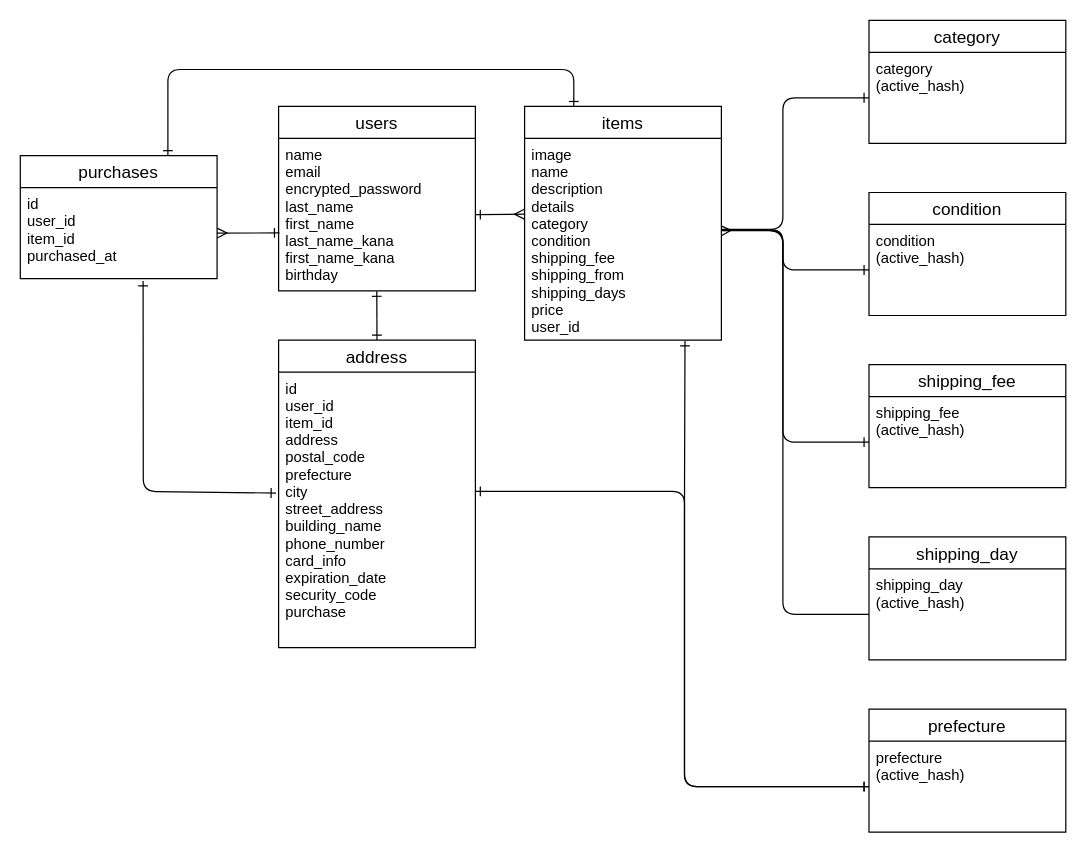
sakimomo/furima-39901 keeps this draw.io diagram as test.dio. Above is the earlier version. Source tidied: cells renumbered, new cells numbered last; positions are measured from the earlier drawing's top-left corner, leaving out a move shared by most shapes. Both pictures are drawn from the tidied source at 123%, with x=0, y=0 at pixel (20, 20).
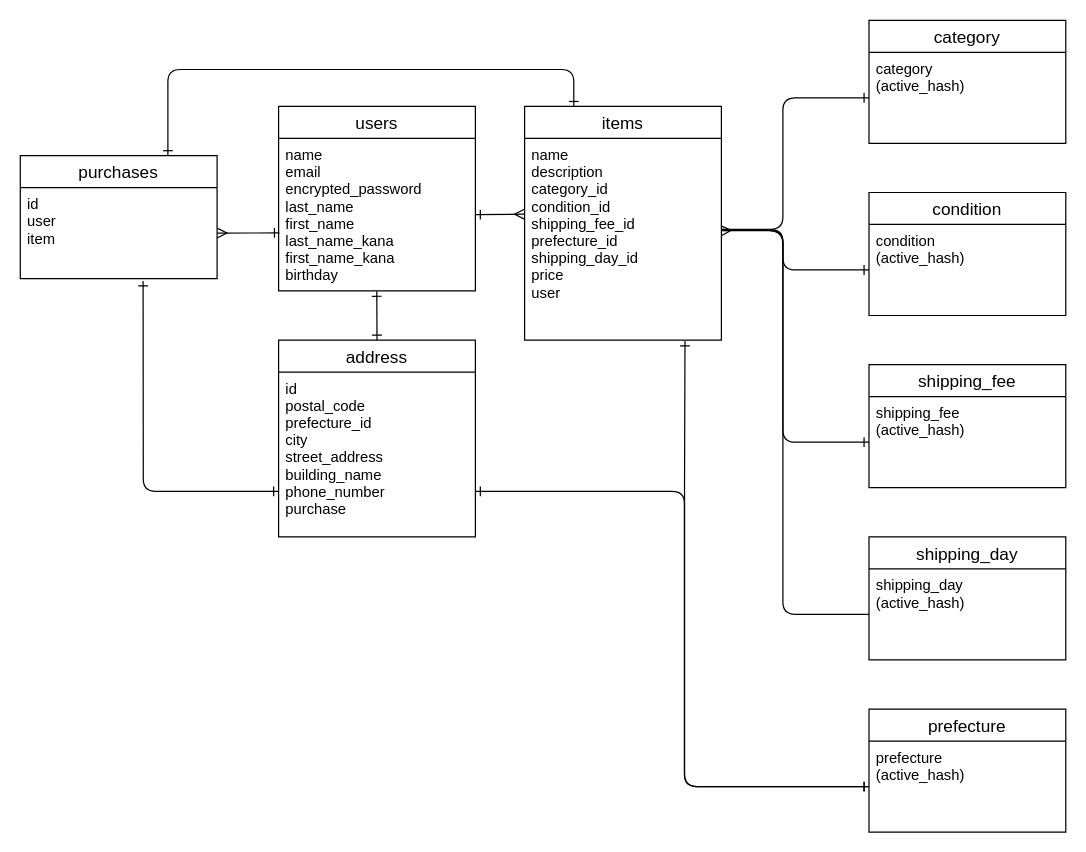
The same diagram, later.

Commit message:
データベース設計

Unchanged cells that the change refers to:
```xml
<mxCell id="4" value="items" style="swimlane;fontStyle=0;horizontal=1;startSize=26;align=center;fontSize=14;" parent="1" vertex="1">
  <mxGeometry x="410" y="70" width="160" height="190" as="geometry" />
</mxCell>
<mxCell id="7" value="purchases" style="swimlane;fontStyle=0;horizontal=1;startSize=26;align=center;fontSize=14;" parent="1" vertex="1">
  <mxGeometry y="110" width="160" height="100" as="geometry" />
</mxCell>
```

What changed in the source:
```diff
@@
-    <mxCell id="5" value="image&#10;name&#10;description&#10;details&#10;category&#10;condition&#10;shipping_fee&#10;shipping_from&#10;shipping_days&#10;price&#10;user_id&#10;" style="text;strokeColor=none;fillColor=none;spacingLeft=4;spacingRight=4;overflow=hidden;points=[[0,0.5],[1,0.5]];portConstraint=eastwest;fontSize=12;" parent="4" vertex="1">
+    <mxCell id="5" value="name&#10;description&#10;category_id&#10;condition_id&#10;shipping_fee_id&#10;prefecture_id&#10;shipping_day_id&#10;price&#10;user&#10;" style="text;strokeColor=none;fillColor=none;spacingLeft=4;spacingRight=4;overflow=hidden;points=[[0,0.5],[1,0.5]];portConstraint=eastwest;fontSize=12;" parent="4" vertex="1">
       <mxGeometry y="26" width="160" height="164" as="geometry" />
     </mxCell>
@@
-    <mxCell id="8" value="id&#10;user_id&#10;item_id&#10;purchased_at&#10;&#10;" style="text;strokeColor=none;fillColor=none;spacingLeft=4;spacingRight=4;overflow=hidden;points=[[0,0.5],[1,0.5]];portConstraint=eastwest;fontSize=12;" parent="7" vertex="1">
+    <mxCell id="8" value="id&#10;user&#10;item&#10;" style="text;strokeColor=none;fillColor=none;spacingLeft=4;spacingRight=4;overflow=hidden;points=[[0,0.5],[1,0.5]];portConstraint=eastwest;fontSize=12;" parent="7" vertex="1">
       <mxGeometry y="26" width="160" height="74" as="geometry" />
     </mxCell>
@@
     <mxCell id="10" value="address" style="swimlane;fontStyle=0;horizontal=1;startSize=26;align=center;fontSize=14;strokeColor=default;" parent="1" vertex="1">
-      <mxGeometry x="210" y="260" width="160" height="250" as="geometry" />
+      <mxGeometry x="210" y="260" width="160" height="160" as="geometry" />
     </mxCell>
-    <mxCell id="11" value="id&#10;user_id&#10;item_id&#10;address&#10;postal_code&#10;prefecture&#10;city&#10;street_address&#10;building_name&#10;phone_number&#10;card_info&#10;expiration_date&#10;security_code&#10;purchase" style="text;strokeColor=none;fillColor=none;spacingLeft=4;spacingRight=4;overflow=hidden;points=[[0,0.5],[1,0.5]];portConstraint=eastwest;fontSize=12;" parent="10" vertex="1">
-      <mxGeometry y="26" width="160" height="224" as="geometry" />
+    <mxCell id="11" value="id&#10;postal_code&#10;prefecture_id&#10;city&#10;street_address&#10;building_name&#10;phone_number&#10;purchase" style="text;strokeColor=none;fillColor=none;spacingLeft=4;spacingRight=4;overflow=hidden;points=[[0,0.5],[1,0.5]];portConstraint=eastwest;fontSize=12;" parent="10" vertex="1">
+      <mxGeometry y="26" width="160" height="134" as="geometry" />
     </mxCell>
@@
-    <mxCell id="24" style="edgeStyle=none;sketch=0;html=1;exitX=-0.013;exitY=0.439;exitDx=0;exitDy=0;entryX=0.624;entryY=1.026;entryDx=0;entryDy=0;entryPerimeter=0;strokeColor=default;fontColor=default;startArrow=ERone;startFill=0;endArrow=ERone;endFill=0;exitPerimeter=0;" parent="1" edge="1" source="11" target="8">
+    <mxCell id="24" style="edgeStyle=none;sketch=0;html=1;entryX=0.624;entryY=1.026;entryDx=0;entryDy=0;entryPerimeter=0;strokeColor=default;fontColor=default;startArrow=ERone;startFill=0;endArrow=ERone;endFill=0;" parent="1" edge="1" target="8">
       <mxGeometry relative="1" as="geometry">
+        <mxPoint x="210" y="383" as="sourcePoint" />
         <Array as="points">
           <mxPoint x="100" y="383" />
         </Array>
       </mxGeometry>
     </mxCell>
```
